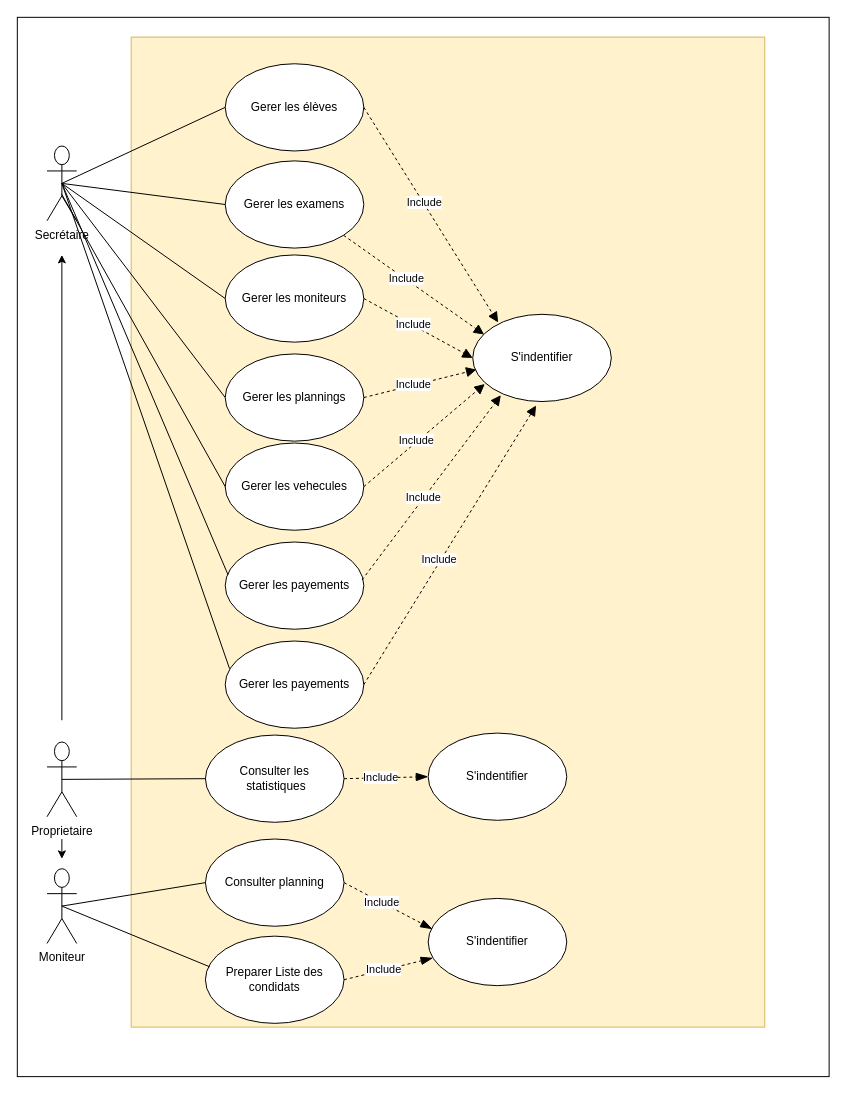
Earlier version of the draw.io diagram Diagrams/globalUseCaseDiagram.drawio (Anesouali007/AutoSchool-Manager). Source tidied: cells renumbered, new cells numbered last; positions are measured from the earlier drawing's top-left corner, leaving out a move shared by most shapes. Both pictures are drawn from the tidied source at 99%, with x=0, y=0 at pixel (17, 17).
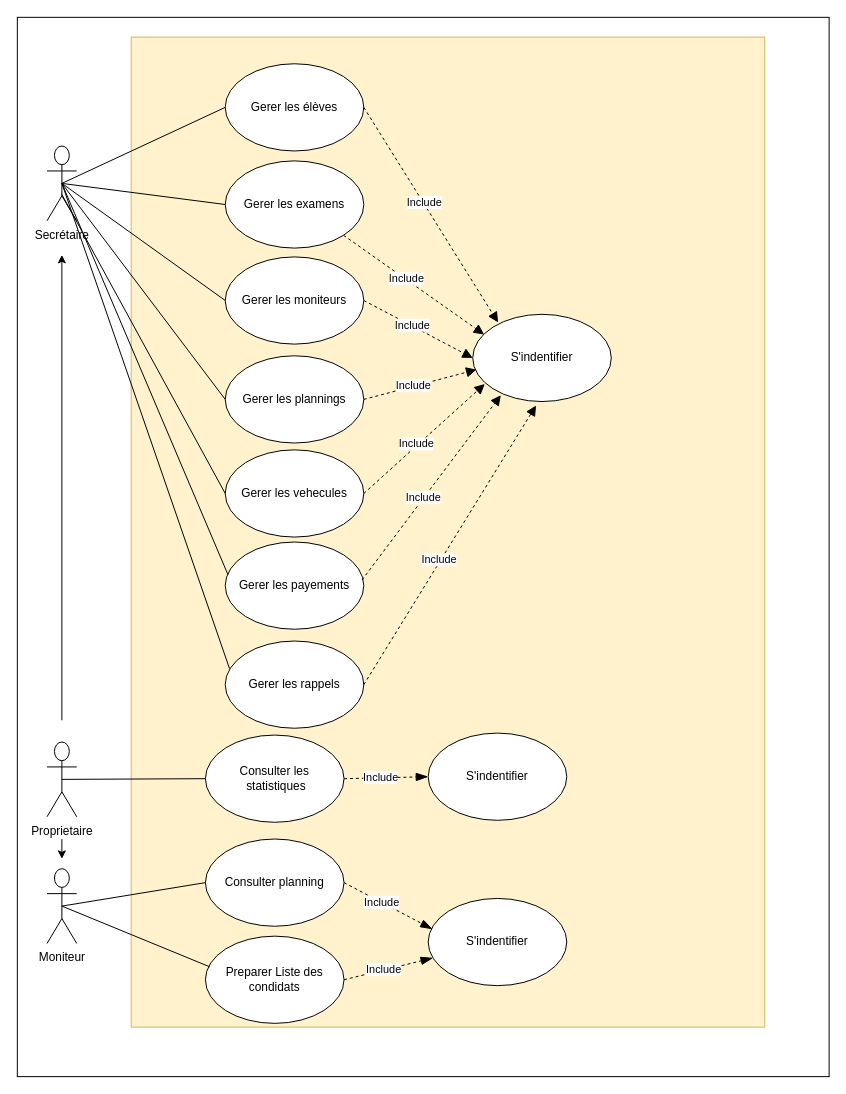
The same page after the edit.

The change refers to these unchanged cells:
```xml
<mxCell id="2" style="group;" parent="1" vertex="1">
  <mxGeometry width="820" height="1070" as="geometry" />
</mxCell>
```

Diff of the diagram source:
```diff
@@
     <mxCell id="15" value="Gerer les moniteurs" style="ellipse;whiteSpace=wrap;html=1;" parent="2" vertex="1">
-      <mxGeometry x="210" y="240" width="140" height="88.1" as="geometry" />
+      <mxGeometry x="210" y="242" width="140" height="88.1" as="geometry" />
     </mxCell>
     <mxCell id="16" value="Gerer les vehecules" style="ellipse;whiteSpace=wrap;html=1;" parent="2" vertex="1">
-      <mxGeometry x="210" y="430" width="140" height="88.1" as="geometry" />
+      <mxGeometry x="210" y="436.9" width="140" height="88.1" as="geometry" />
     </mxCell>
@@
     <mxCell id="28" value="Gerer les plannings" style="ellipse;whiteSpace=wrap;html=1;" parent="2" vertex="1">
-      <mxGeometry x="210" y="340" width="140" height="88.1" as="geometry" />
+      <mxGeometry x="210" y="341.9" width="140" height="88.1" as="geometry" />
     </mxCell>
@@
-    <mxCell id="40" value="Gerer les payements" style="ellipse;whiteSpace=wrap;html=1;" parent="2" vertex="1">
+    <mxCell id="40" value="Gerer les rappels" style="ellipse;whiteSpace=wrap;html=1;" parent="2" vertex="1">
       <mxGeometry x="210" y="630" width="140" height="88.1" as="geometry" />
     </mxCell>
```
